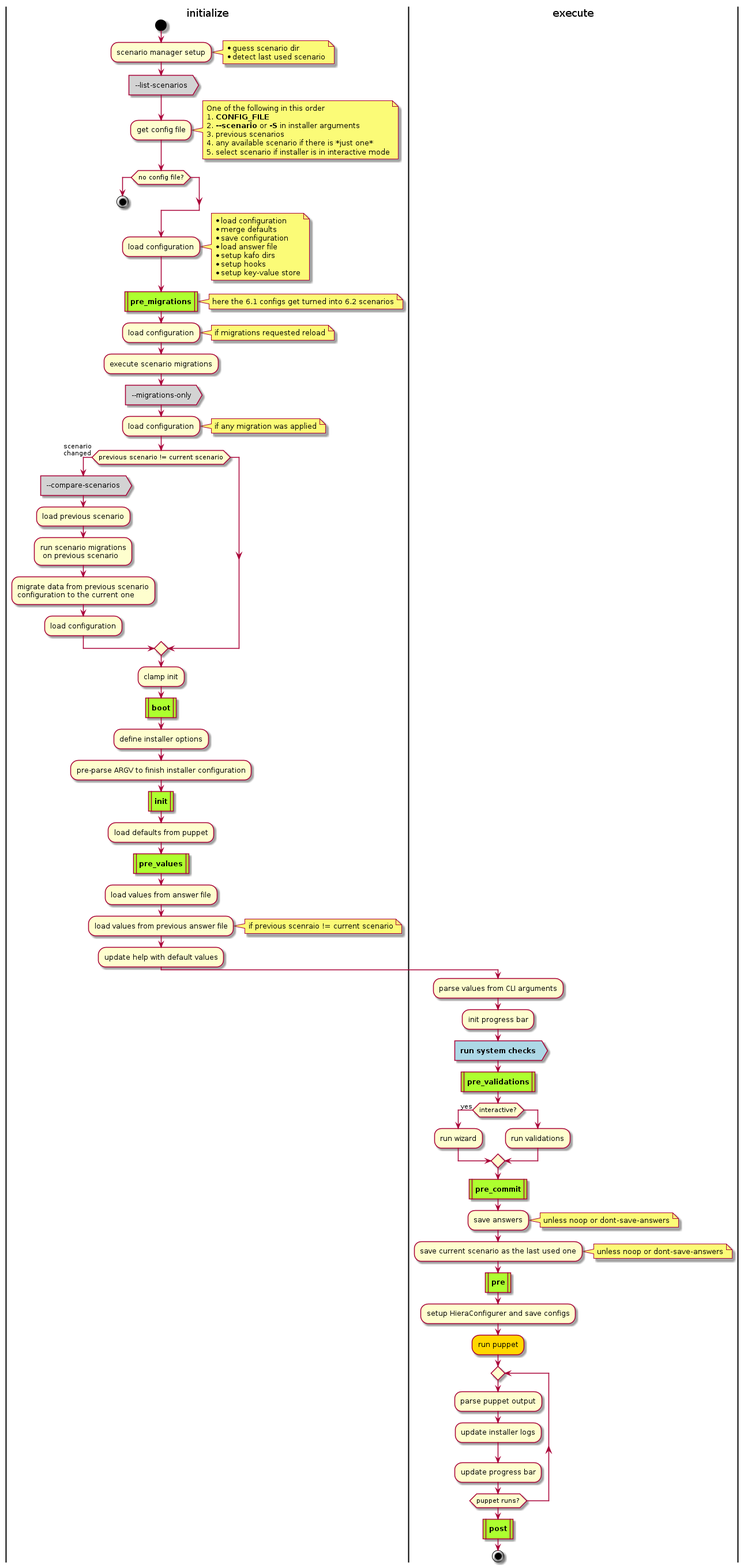
theforeman/kafo keeps this PlantUML diagram as doc/kafo_run.png. Above is the earlier version.
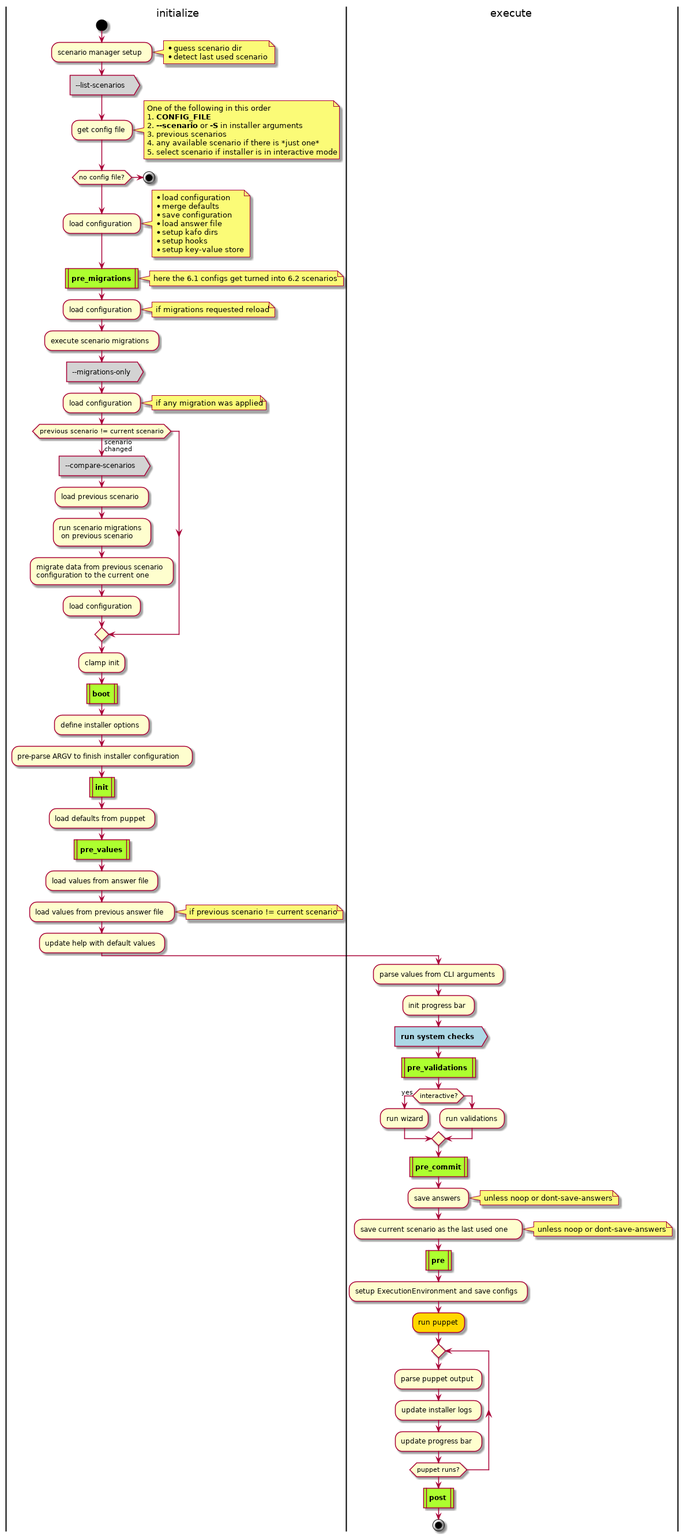
Later version of the same file.

Commit message:
Introduce an ExecutionEnvironment

The edit, as a diff of the source:
```diff
@@ -67,7 +67,7 @@
   #Greenyellow:**pre_values**|
   :load values from answer file;
   :load values from previous answer file;
-  note right: if previous scenraio != current scenario
+  note right: if previous scenario != current scenario
 
   :update help with default values;
   |execute|
@@ -93,7 +93,7 @@
 
   #Greenyellow:**pre**|
 
-  :setup HieraConfigurer and save configs;
+  :setup ExecutionEnvironment and save configs;
 
   #Gold:run puppet;
   repeat
```
